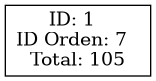
The Graphviz diagram Fase_1/AutoGestPro/Reportes/reporte_facturas.png in 0520Jose/-EDD-1S2025_202300539, before a commit. Its source is kept beside it as Fase_1/AutoGestPro/Reportes/reporte_facturas.dot.
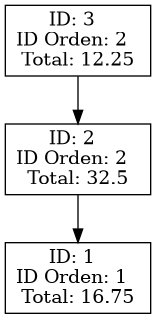
After the commit.

The edit, as a diff of the source:
```diff
@@ -1,7 +1,15 @@
 digraph G {
 node [shape=rect];
 rankdir=TB;
+node3[label="ID: 3
+ID Orden: 2
+Total: 12.25", shape=rect];
+node3 -> node2;
+node2[label="ID: 2
+ID Orden: 2
+Total: 32.5", shape=rect];
+node2 -> node1;
 node1[label="ID: 1
-ID Orden: 7
-Total: 105", shape=rect];
+ID Orden: 1
+Total: 16.75", shape=rect];
 }
```
